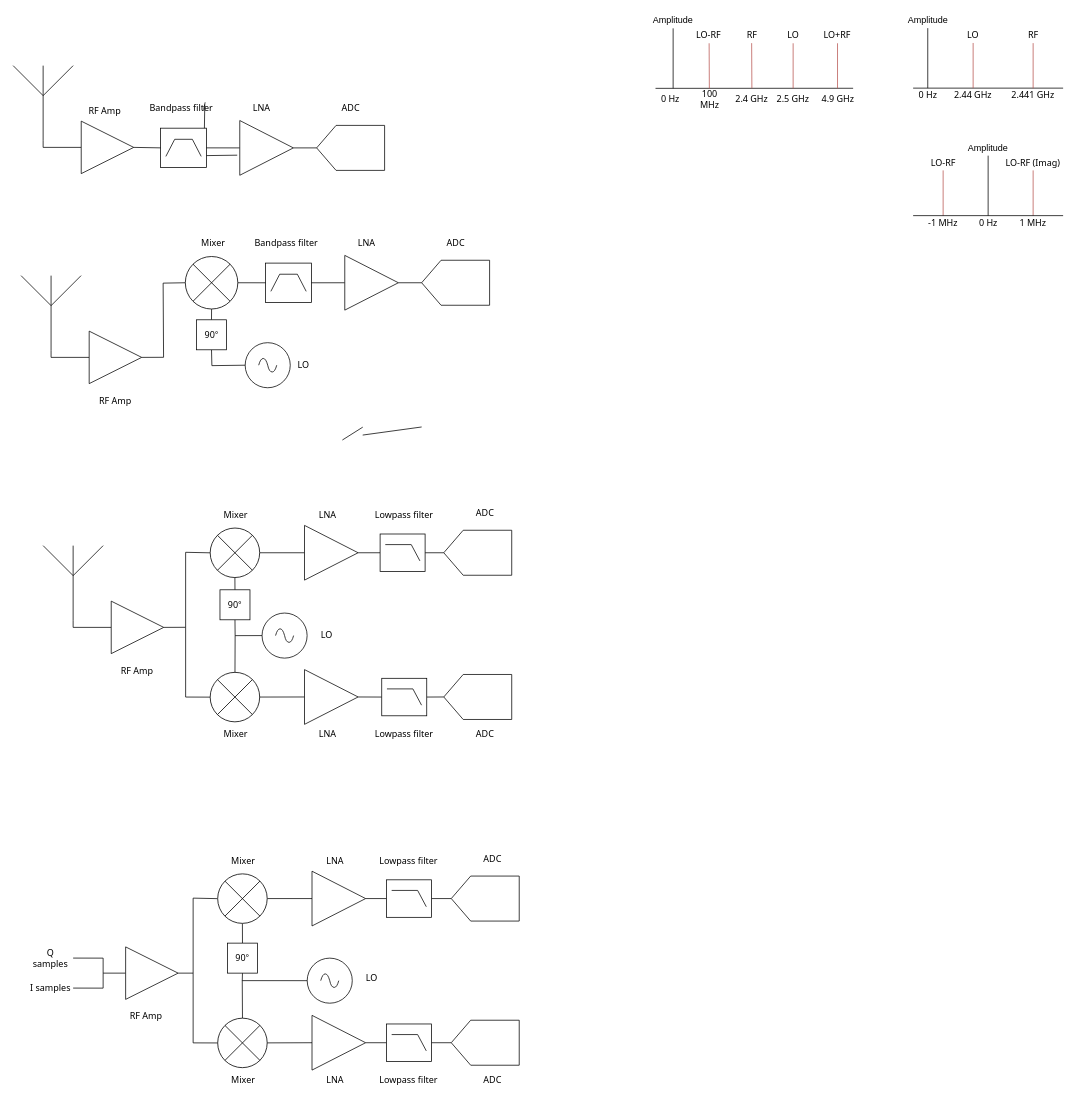
The draw.io diagram 04 Prototype udvikling/Front end/Diagram/Frontend_Signal_Flow.drawio in Scramtv/ESD_P5, before the edit. Source tidied: cells renumbered, new cells numbered last; positions are measured from the earlier drawing's top-left corner, leaving out a move shared by most shapes. Both pictures are drawn from the tidied source at 75%, with x=0, y=0 at pixel (13, 13).
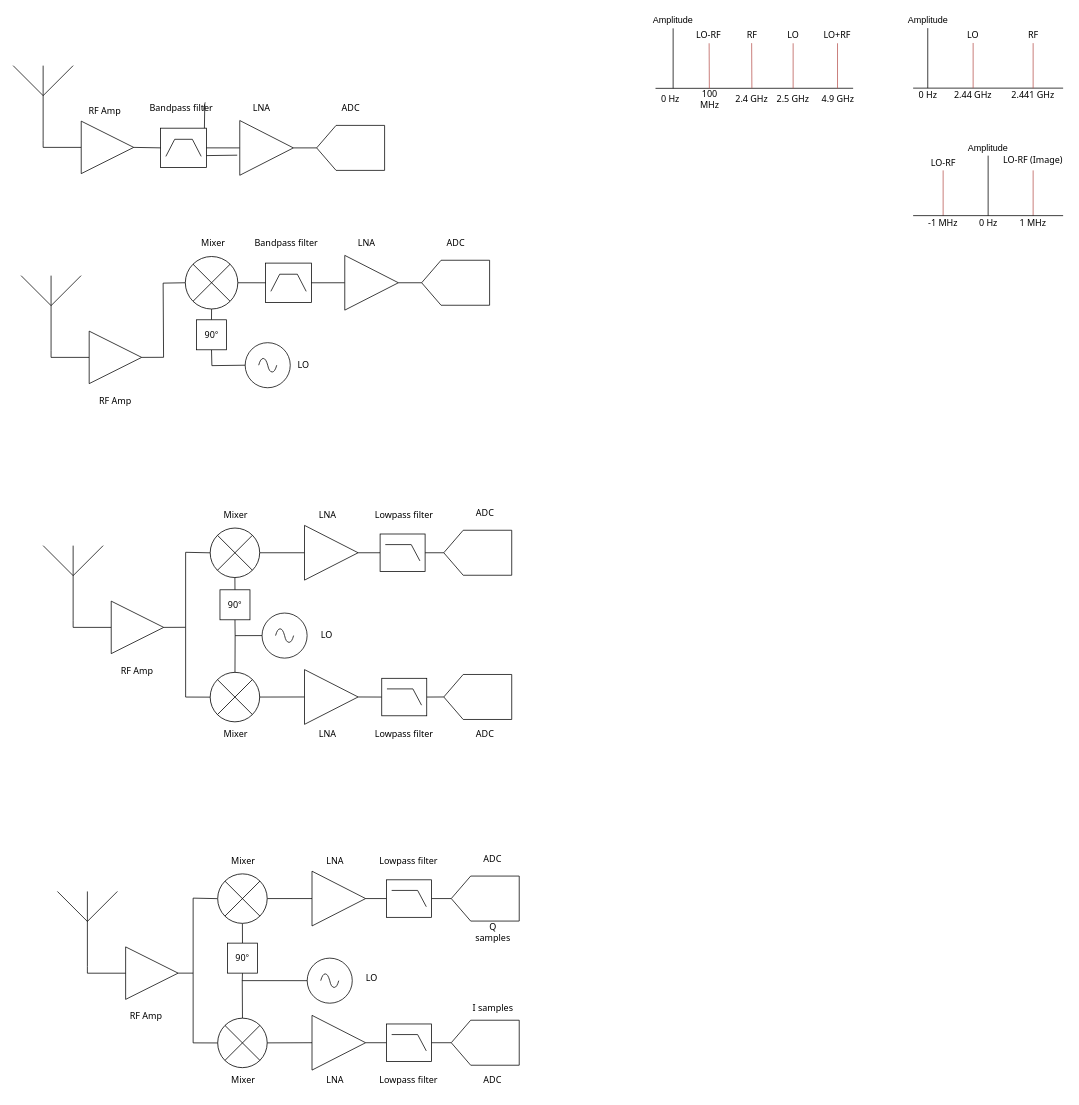
The same diagram, later.

Commit message (it also covers changes not shown here):
Ændringer af figure til rf front figuren

The change refers to these unchanged cells:
```xml
<mxCell id="98" style="triangle;whiteSpace=wrap;html=1;" parent="1" vertex="1">
  <mxGeometry x="150" y="1245" width="70" height="70" as="geometry" />
</mxCell>
```

Diff of the diagram source:
```diff
@@
-    <mxCell id="23" style="endArrow=none;html=1;rounded=0;exitX=1;exitY=0.5;exitDx=0;exitDy=0;entryX=0;entryY=0.5;entryDx=0;entryDy=0;" parent="1" edge="1" source="26" target="98">
-      <mxGeometry relative="1" as="geometry">
-        <Array as="points">
-          <mxPoint x="120" y="1260" />
-          <mxPoint x="120" y="1280" />
-        </Array>
-      </mxGeometry>
-    </mxCell>
-    <mxCell id="24" style="endArrow=none;html=1;rounded=0;exitX=1;exitY=0.5;exitDx=0;exitDy=0;" parent="1" edge="1" source="25">
-      <mxGeometry relative="1" as="geometry">
-        <mxPoint x="120" y="1280" as="targetPoint" />
-        <Array as="points">
-          <mxPoint x="120" y="1300" />
-        </Array>
-      </mxGeometry>
-    </mxCell>
     <mxCell id="25" value="&lt;font&gt;I samples&lt;/font&gt;" style="text;html=1;whiteSpace=wrap;strokeColor=none;fillColor=none;align=center;verticalAlign=middle;rounded=0;fontFamily=Tahoma;" parent="1" vertex="1">
-      <mxGeometry x="20" y="1288" width="60" height="23.9" as="geometry" />
+      <mxGeometry x="609.5" y="1315" width="60" height="23.9" as="geometry" />
     </mxCell>
     <mxCell id="26" value="&lt;font&gt;Q samples&lt;/font&gt;" style="text;html=1;whiteSpace=wrap;strokeColor=none;fillColor=none;align=center;verticalAlign=middle;rounded=0;fontFamily=Tahoma;" parent="1" vertex="1">
-      <mxGeometry x="20" y="1248" width="60" height="23.9" as="geometry" />
+      <mxGeometry x="609.5" y="1213.6" width="60" height="23.9" as="geometry" />
     </mxCell>
@@
-    <mxCell id="63" value="LO-&lt;span style=&quot;color: rgba(0, 0, 0, 0); font-family: monospace; font-size: 0px; text-align: start; text-wrap-mode: nowrap;&quot;&gt;%3 ()CmxGraphModel%3E%3Croot%3E%3CmxCell%20id%3D%220%22%2F%3E%3CmxCell%20id%3D%221%22%20parent%3D%220%22%2F%3E%3CmxCell%20id%3D%222%22%20value%3D%22RF%22%20style%3D%22text%3Bhtml%3D1%3BwhiteSpace%3Dwrap%3BstrokeColor%3Dnone%3BfillColor%3Dnone%3Balign%3Dcenter%3BverticalAlign%3Dmiddle%3Brounded%3D0%3BfontFamily%3DTahoma%3B%22%20vertex%3D%221%22%20parent%3D%221%22%3E%3CmxGeometry%20x%3D%221420.6299999999999%22%20y%3D%22100.00000000000006%22%20width%3D%2238.92%22%20height%3D%2220%22%20as%3D%22geometry%22%2F%3E%3C%2FmxCell%3E%3C%2Froot%3E%3C%2FmxGraphModel%3E&lt;/span&gt;RF (Imag)" style="text;html=1;whiteSpace=wrap;strokeColor=none;fillColor=none;align=center;verticalAlign=middle;rounded=0;fontFamily=Tahoma;" parent="1" vertex="1">
-      <mxGeometry x="1322.3" y="190.4" width="75.5" height="20" as="geometry" />
+    <mxCell id="63" value="LO-&lt;span style=&quot;color: rgba(0, 0, 0, 0); font-family: monospace; font-size: 0px; text-align: start; text-wrap-mode: nowrap;&quot;&gt;%3 ()CmxGraphModel%3E%3Croot%3E%3CmxCell%20id%3D%220%22%2F%3E%3CmxCell%20id%3D%221%22%20parent%3D%220%22%2F%3E%3CmxCell%20id%3D%222%22%20value%3D%22RF%22%20style%3D%22text%3Bhtml%3D1%3BwhiteSpace%3Dwrap%3BstrokeColor%3Dnone%3BfillColor%3Dnone%3Balign%3Dcenter%3BverticalAlign%3Dmiddle%3Brounded%3D0%3BfontFamily%3DTahoma%3B%22%20vertex%3D%221%22%20parent%3D%221%22%3E%3CmxGeometry%20x%3D%221420.6299999999999%22%20y%3D%22100.00000000000006%22%20width%3D%2238.92%22%20height%3D%2220%22%20as%3D%22geometry%22%2F%3E%3C%2FmxCell%3E%3C%2Froot%3E%3C%2FmxGraphModel%3E&lt;/span&gt;RF (Image)" style="text;html=1;whiteSpace=wrap;strokeColor=none;fillColor=none;align=center;verticalAlign=middle;rounded=0;fontFamily=Tahoma;" parent="1" vertex="1">
+      <mxGeometry x="1316.2" y="186" width="87.7" height="20" as="geometry" />
     </mxCell>
@@
-    <mxCell id="112" style="endArrow=none;html=1;rounded=0;entryX=0;entryY=0.5;entryDx=0;entryDy=0;exitX=1;exitY=0.5;exitDx=0;exitDy=0;entryPerimeter=0;" parent="1" edge="1">
-      <mxGeometry relative="1" as="geometry">
-        <mxPoint x="439" y="569.2" as="sourcePoint" />
-        <mxPoint x="466.2" y="552" as="targetPoint" />
-      </mxGeometry>
-    </mxCell>
-    <mxCell id="113" style="endArrow=none;html=1;rounded=0;exitX=1;exitY=0.5;exitDx=0;exitDy=0;entryX=0.5;entryY=1;entryDx=0;entryDy=0;" parent="1" edge="1">
-      <mxGeometry relative="1" as="geometry">
-        <mxPoint x="466.1" y="562.6" as="sourcePoint" />
-        <mxPoint x="544.7" y="551.8" as="targetPoint" />
-      </mxGeometry>
-    </mxCell>
@@
+    <mxCell id="147" style="verticalLabelPosition=bottom;shadow=0;dashed=0;align=center;html=1;verticalAlign=top;shape=mxgraph.electrical.radio.aerial_-_antenna_1;" parent="1" vertex="1">
+      <mxGeometry x="59" y="1171.1" width="80" height="100" as="geometry" />
+    </mxCell>
+    <mxCell id="148" style="endArrow=none;html=1;rounded=0;entryX=0.5;entryY=1;entryDx=0;entryDy=0;entryPerimeter=0;exitX=0;exitY=0.5;exitDx=0;exitDy=0;" parent="1" edge="1" target="147">
+      <mxGeometry relative="1" as="geometry">
+        <mxPoint x="150" y="1280.1" as="sourcePoint" />
+        <Array as="points">
+          <mxPoint x="99" y="1280.1" />
+        </Array>
+      </mxGeometry>
+    </mxCell>
```
